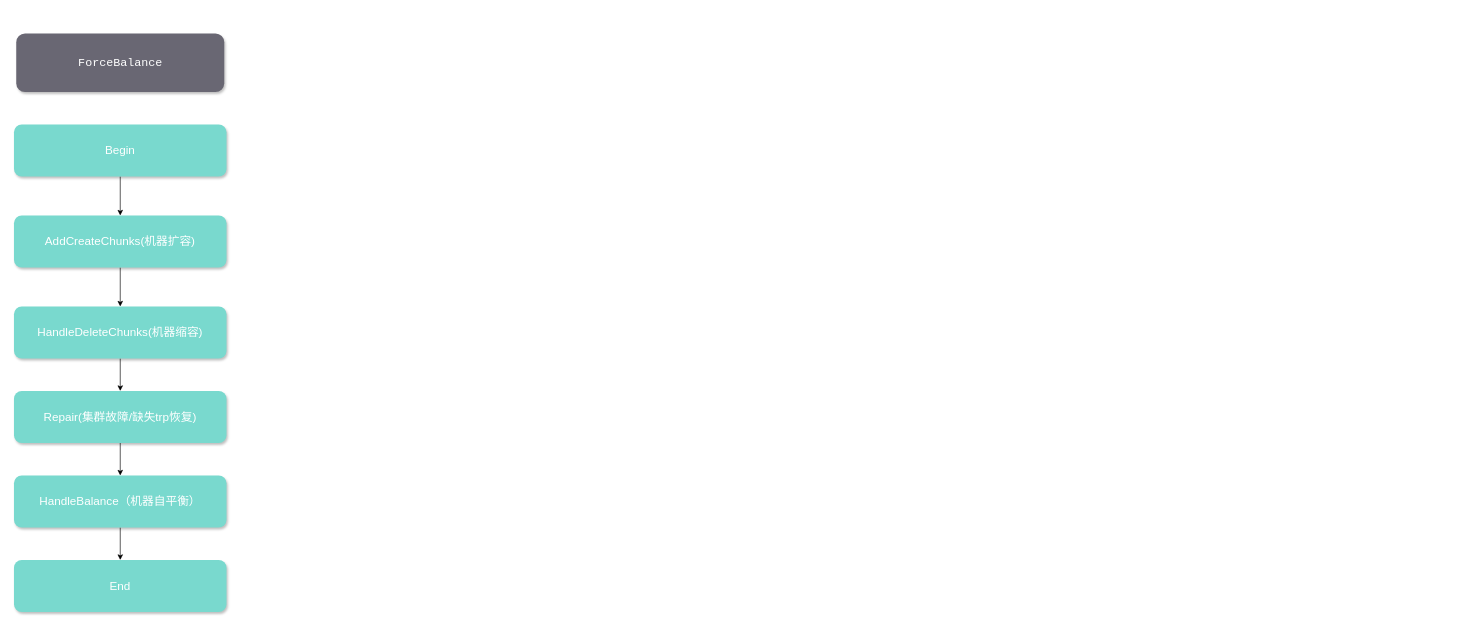
Above: page "扩容和缩容场景" (2 of 8) of Untitled Diagram.drawio in xunsongzhu/lbs-testcase (draw.io), before the change. Source tidied: cells renumbered, new cells numbered last; positions are measured from the earlier drawing's top-left corner, leaving out a move shared by most shapes. Both pictures are drawn from the tidied source at 65%, with x=0, y=0 at pixel (14, 33).
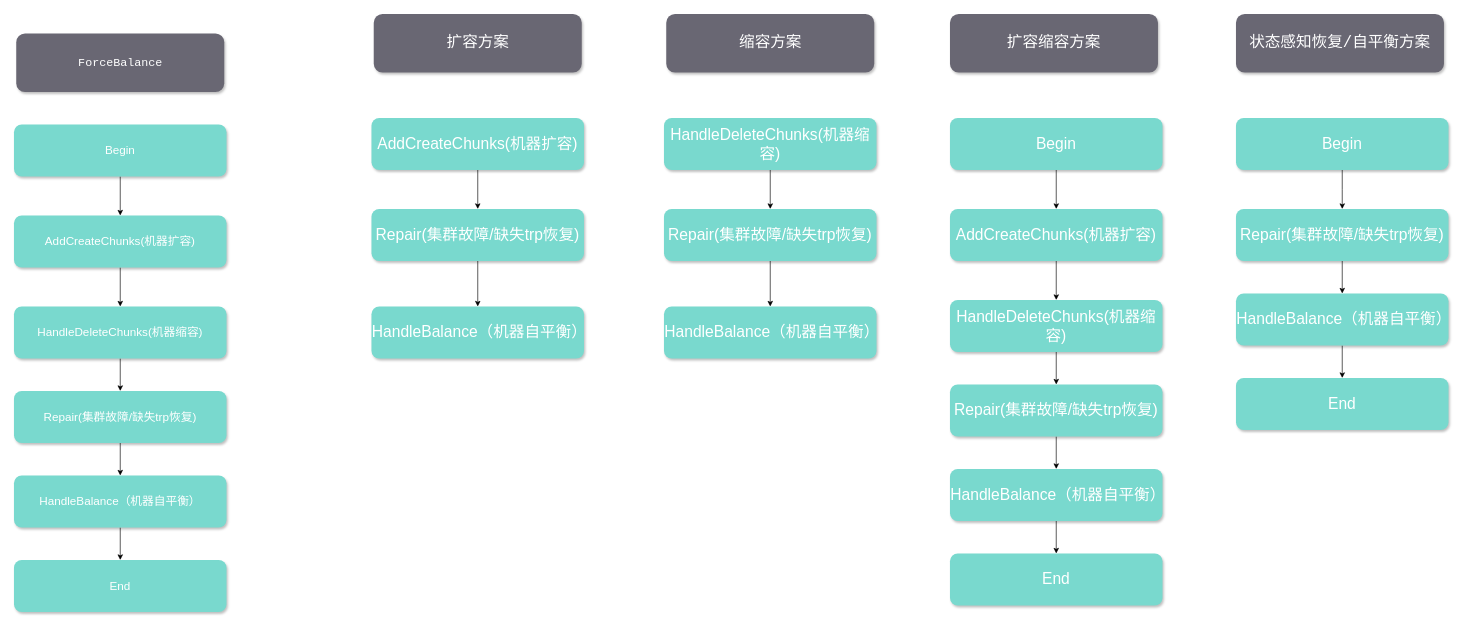
The same diagram, later.

The edit, as a diff of the source:
```diff
@@
+    <mxCell id="14" style="edgeStyle=orthogonalEdgeStyle;rounded=0;jettySize=auto;html=1;" parent="1" edge="1" source="15" target="17">
+      <mxGeometry relative="1" as="geometry" />
+    </mxCell>
+    <mxCell id="15" value="&lt;font style=&quot;font-size: 24px&quot;&gt;AddCreateChunks(机器扩容)&lt;/font&gt;" style="rounded=1;whiteSpace=wrap;html=1;fillColor=#79d9ce;strokeColor=none;shadow=1;glass=0;comic=0;gradientColor=none;fontColor=#FFFFFF;" parent="1" vertex="1">
+      <mxGeometry x="550" y="130" width="327" height="80" as="geometry" />
+    </mxCell>
+    <mxCell id="16" style="edgeStyle=orthogonalEdgeStyle;rounded=0;jettySize=auto;html=1;fontSize=24;" parent="1" edge="1" source="17" target="19">
+      <mxGeometry relative="1" as="geometry" />
+    </mxCell>
+    <mxCell id="17" value="&lt;font style=&quot;font-size: 24px&quot;&gt;Repair(集群故障/缺失trp恢复)&lt;/font&gt;" style="rounded=1;whiteSpace=wrap;html=1;fillColor=#79d9ce;strokeColor=none;shadow=1;glass=0;comic=0;gradientColor=none;fontColor=#FFFFFF;" parent="1" vertex="1">
+      <mxGeometry x="550" y="270" width="327" height="80" as="geometry" />
+    </mxCell>
+    <mxCell id="18" value="&lt;font style=&quot;font-size: 24px&quot;&gt;扩容方案&lt;/font&gt;" style="rounded=1;whiteSpace=wrap;html=1;fillColor=#696773;strokeColor=none;shadow=1;glass=0;comic=0;gradientColor=none;fontFamily=Courier New;fontColor=#FFFFFF;" parent="1" vertex="1">
+      <mxGeometry x="553.5" y="-30" width="320" height="90" as="geometry" />
+    </mxCell>
+    <mxCell id="19" value="&lt;font style=&quot;font-size: 24px&quot;&gt;HandleBalance（机器自平衡）&lt;/font&gt;" style="rounded=1;whiteSpace=wrap;html=1;fillColor=#79d9ce;strokeColor=none;shadow=1;glass=0;comic=0;gradientColor=none;fontColor=#FFFFFF;" parent="1" vertex="1">
+      <mxGeometry x="550" y="420" width="327" height="80" as="geometry" />
+    </mxCell>
+    <mxCell id="20" style="edgeStyle=orthogonalEdgeStyle;rounded=0;jettySize=auto;html=1;" parent="1" edge="1" source="21" target="23">
+      <mxGeometry relative="1" as="geometry" />
+    </mxCell>
+    <mxCell id="21" value="&lt;font style=&quot;font-size: 24px&quot;&gt;HandleDeleteChunks(机器缩容)&lt;/font&gt;" style="rounded=1;whiteSpace=wrap;html=1;fillColor=#79d9ce;strokeColor=none;shadow=1;glass=0;comic=0;gradientColor=none;fontColor=#FFFFFF;" parent="1" vertex="1">
+      <mxGeometry x="1000" y="130" width="327" height="80" as="geometry" />
+    </mxCell>
+    <mxCell id="22" style="edgeStyle=orthogonalEdgeStyle;rounded=0;jettySize=auto;html=1;fontSize=24;" parent="1" edge="1" source="23" target="25">
+      <mxGeometry relative="1" as="geometry" />
+    </mxCell>
+    <mxCell id="23" value="&lt;font style=&quot;font-size: 24px&quot;&gt;Repair(集群故障/缺失trp恢复)&lt;/font&gt;" style="rounded=1;whiteSpace=wrap;html=1;fillColor=#79d9ce;strokeColor=none;shadow=1;glass=0;comic=0;gradientColor=none;fontColor=#FFFFFF;" parent="1" vertex="1">
+      <mxGeometry x="1000" y="270" width="327" height="80" as="geometry" />
+    </mxCell>
+    <mxCell id="24" value="&lt;font style=&quot;font-size: 24px&quot;&gt;缩容方案&lt;/font&gt;" style="rounded=1;whiteSpace=wrap;html=1;fillColor=#696773;strokeColor=none;shadow=1;glass=0;comic=0;gradientColor=none;fontFamily=Courier New;fontColor=#FFFFFF;" parent="1" vertex="1">
+      <mxGeometry x="1003.5" y="-30" width="320" height="90" as="geometry" />
+    </mxCell>
+    <mxCell id="25" value="&lt;font style=&quot;font-size: 24px&quot;&gt;HandleBalance（机器自平衡）&lt;/font&gt;" style="rounded=1;whiteSpace=wrap;html=1;fillColor=#79d9ce;strokeColor=none;shadow=1;glass=0;comic=0;gradientColor=none;fontColor=#FFFFFF;" parent="1" vertex="1">
+      <mxGeometry x="1000" y="420" width="327" height="80" as="geometry" />
+    </mxCell>
+    <mxCell id="26" value="&lt;font style=&quot;font-size: 24px&quot;&gt;扩容缩容方案&lt;/font&gt;" style="rounded=1;whiteSpace=wrap;html=1;fillColor=#696773;strokeColor=none;shadow=1;glass=0;comic=0;gradientColor=none;fontFamily=Courier New;fontColor=#FFFFFF;" parent="1" vertex="1">
+      <mxGeometry x="1440" y="-30" width="320" height="90" as="geometry" />
+    </mxCell>
+    <mxCell id="27" style="edgeStyle=orthogonalEdgeStyle;rounded=0;jettySize=auto;html=1;fontColor=#FFFFFF;" parent="1" edge="1" source="28" target="30">
+      <mxGeometry relative="1" as="geometry" />
+    </mxCell>
+    <mxCell id="28" value="&lt;font style=&quot;font-size: 24px&quot;&gt;AddCreateChunks(机器扩容)&lt;/font&gt;" style="rounded=1;whiteSpace=wrap;html=1;fillColor=#79d9ce;strokeColor=none;shadow=1;glass=0;comic=0;gradientColor=none;fontColor=#FFFFFF;" parent="1" vertex="1">
+      <mxGeometry x="1440" y="270" width="327" height="80" as="geometry" />
+    </mxCell>
+    <mxCell id="29" style="edgeStyle=orthogonalEdgeStyle;rounded=0;jettySize=auto;html=1;" parent="1" edge="1" source="30" target="34">
+      <mxGeometry relative="1" as="geometry" />
+    </mxCell>
+    <mxCell id="30" value="&lt;font style=&quot;font-size: 24px&quot;&gt;HandleDeleteChunks(机器缩容)&lt;/font&gt;" style="rounded=1;whiteSpace=wrap;html=1;fillColor=#79d9ce;strokeColor=none;shadow=1;glass=0;comic=0;gradientColor=none;fontColor=#FFFFFF;" parent="1" vertex="1">
+      <mxGeometry x="1440" y="410" width="327" height="80" as="geometry" />
+    </mxCell>
+    <mxCell id="31" style="edgeStyle=orthogonalEdgeStyle;rounded=0;jettySize=auto;html=1;fontSize=18;fontColor=#FFFFFF;" parent="1" edge="1" source="32" target="28">
+      <mxGeometry relative="1" as="geometry" />
+    </mxCell>
+    <mxCell id="32" value="&lt;font style=&quot;font-size: 24px&quot;&gt;Begin&lt;/font&gt;" style="rounded=1;whiteSpace=wrap;html=1;fillColor=#79d9ce;strokeColor=none;shadow=1;glass=0;comic=0;gradientColor=none;fontColor=#FFFFFF;" parent="1" vertex="1">
+      <mxGeometry x="1440" y="130" width="327" height="80" as="geometry" />
+    </mxCell>
+    <mxCell id="33" style="edgeStyle=orthogonalEdgeStyle;rounded=0;jettySize=auto;html=1;" parent="1" edge="1" source="34" target="36">
+      <mxGeometry relative="1" as="geometry" />
+    </mxCell>
+    <mxCell id="34" value="&lt;font style=&quot;font-size: 24px&quot;&gt;Repair(集群故障/缺失trp恢复)&lt;/font&gt;" style="rounded=1;whiteSpace=wrap;html=1;fillColor=#79d9ce;strokeColor=none;shadow=1;glass=0;comic=0;gradientColor=none;fontColor=#FFFFFF;" parent="1" vertex="1">
+      <mxGeometry x="1440" y="540" width="327" height="80" as="geometry" />
+    </mxCell>
+    <mxCell id="35" style="edgeStyle=orthogonalEdgeStyle;rounded=0;jettySize=auto;html=1;" parent="1" edge="1" source="36" target="37">
+      <mxGeometry relative="1" as="geometry" />
+    </mxCell>
+    <mxCell id="36" value="&lt;font style=&quot;font-size: 24px&quot;&gt;HandleBalance（机器自平衡）&lt;/font&gt;" style="rounded=1;whiteSpace=wrap;html=1;fillColor=#79d9ce;strokeColor=none;shadow=1;glass=0;comic=0;gradientColor=none;fontColor=#FFFFFF;" parent="1" vertex="1">
+      <mxGeometry x="1440" y="670" width="327" height="80" as="geometry" />
+    </mxCell>
+    <mxCell id="37" value="&lt;font style=&quot;font-size: 24px&quot;&gt;End&lt;/font&gt;" style="rounded=1;whiteSpace=wrap;html=1;fillColor=#79d9ce;strokeColor=none;shadow=1;glass=0;comic=0;gradientColor=none;fontColor=#FFFFFF;" parent="1" vertex="1">
+      <mxGeometry x="1440" y="800" width="327" height="80" as="geometry" />
+    </mxCell>
+    <mxCell id="38" value="&lt;font style=&quot;font-size: 24px&quot;&gt;状态感知恢复/自平衡方案&lt;/font&gt;" style="rounded=1;whiteSpace=wrap;html=1;fillColor=#696773;strokeColor=none;shadow=1;glass=0;comic=0;gradientColor=none;fontFamily=Courier New;fontColor=#FFFFFF;" parent="1" vertex="1">
+      <mxGeometry x="1880" y="-30" width="320" height="90" as="geometry" />
+    </mxCell>
+    <mxCell id="39" style="edgeStyle=orthogonalEdgeStyle;rounded=0;jettySize=auto;html=1;fontSize=18;fontColor=#FFFFFF;" parent="1" edge="1" source="40">
+      <mxGeometry relative="1" as="geometry">
+        <mxPoint x="2043.5" y="270" as="targetPoint" />
+      </mxGeometry>
+    </mxCell>
+    <mxCell id="40" value="&lt;font style=&quot;font-size: 24px&quot;&gt;Begin&lt;/font&gt;" style="rounded=1;whiteSpace=wrap;html=1;fillColor=#79d9ce;strokeColor=none;shadow=1;glass=0;comic=0;gradientColor=none;fontColor=#FFFFFF;" parent="1" vertex="1">
+      <mxGeometry x="1880" y="130" width="327" height="80" as="geometry" />
+    </mxCell>
+    <mxCell id="41" style="edgeStyle=orthogonalEdgeStyle;rounded=0;jettySize=auto;html=1;" parent="1" edge="1" source="42" target="44">
+      <mxGeometry relative="1" as="geometry" />
+    </mxCell>
+    <mxCell id="42" value="&lt;font style=&quot;font-size: 24px&quot;&gt;Repair(集群故障/缺失trp恢复)&lt;/font&gt;" style="rounded=1;whiteSpace=wrap;html=1;fillColor=#79d9ce;strokeColor=none;shadow=1;glass=0;comic=0;gradientColor=none;fontColor=#FFFFFF;" parent="1" vertex="1">
+      <mxGeometry x="1880" y="270" width="327" height="80" as="geometry" />
+    </mxCell>
+    <mxCell id="43" style="edgeStyle=orthogonalEdgeStyle;rounded=0;jettySize=auto;html=1;" parent="1" edge="1" source="44" target="45">
+      <mxGeometry relative="1" as="geometry" />
+    </mxCell>
+    <mxCell id="44" value="&lt;font style=&quot;font-size: 24px&quot;&gt;HandleBalance（机器自平衡）&lt;/font&gt;" style="rounded=1;whiteSpace=wrap;html=1;fillColor=#79d9ce;strokeColor=none;shadow=1;glass=0;comic=0;gradientColor=none;fontColor=#FFFFFF;" parent="1" vertex="1">
+      <mxGeometry x="1880" y="400" width="327" height="80" as="geometry" />
+    </mxCell>
+    <mxCell id="45" value="&lt;font style=&quot;font-size: 24px&quot;&gt;End&lt;/font&gt;" style="rounded=1;whiteSpace=wrap;html=1;fillColor=#79d9ce;strokeColor=none;shadow=1;glass=0;comic=0;gradientColor=none;fontColor=#FFFFFF;" parent="1" vertex="1">
+      <mxGeometry x="1880" y="530" width="327" height="80" as="geometry" />
+    </mxCell>
```
